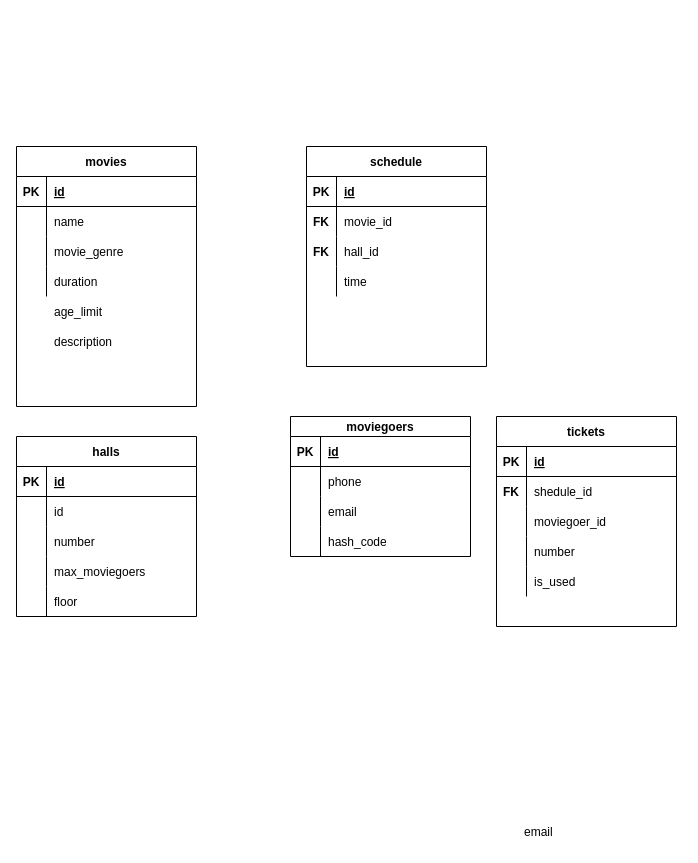
This is hw7/otus_db_design.drawio from otusteamedu/PHP, a draw.io file, before an edit. Source tidied: cells renumbered, new cells numbered last; positions are measured from the earlier drawing's top-left corner, leaving out a move shared by most shapes. Both pictures are drawn from the tidied source at 100%, with x=0, y=0 at pixel (16, 146).
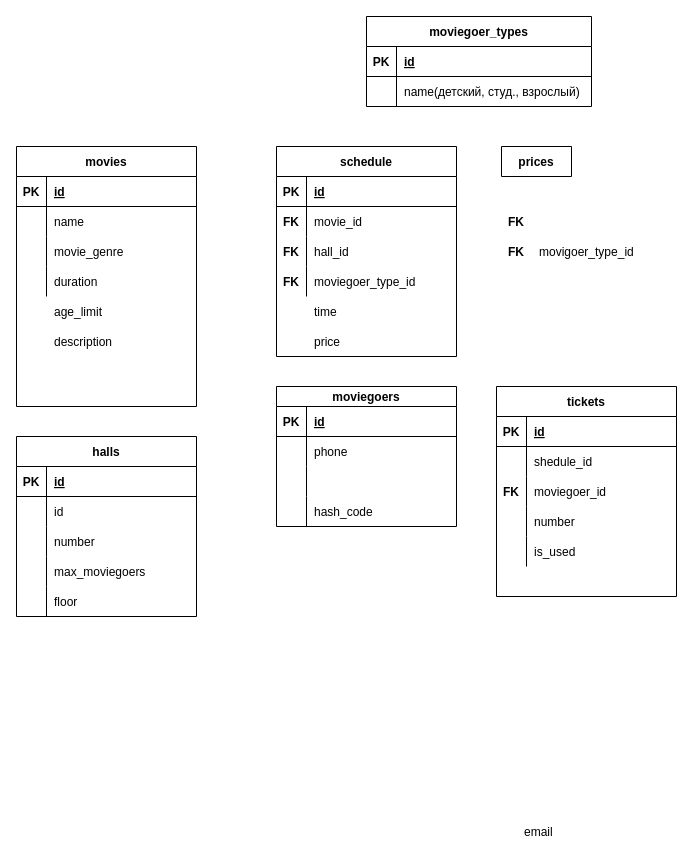
After the change.

The change refers to these unchanged cells:
```xml
<mxCell id="26" style="shape=partialRectangle;fillColor=none;top=0;left=0;bottom=0;right=0;" parent="16" vertex="1">
  <mxGeometry y="120" width="180" height="30" as="geometry" />
</mxCell>
```

Diff of the diagram source:
```diff
@@
     <mxCell id="16" value="schedule" style="shape=table;startSize=30;childLayout=tableLayout;rowLines=0;fontStyle=1;align=center;" parent="1" vertex="1">
-      <mxGeometry x="290" width="180" height="220" as="geometry" />
+      <mxGeometry x="260" width="180" height="210" as="geometry" />
     </mxCell>
@@
-    <mxCell id="28" value="time" style="shape=partialRectangle;fillColor=none;top=0;left=0;bottom=0;right=0;align=left;spacingLeft=6;overflow=hidden;" parent="26" vertex="1">
+    <mxCell id="28" value="moviegoer_type_id" style="shape=partialRectangle;fillColor=none;top=0;left=0;bottom=0;right=0;align=left;spacingLeft=6;overflow=hidden;" parent="26" vertex="1">
       <mxGeometry x="30" width="150" height="30" as="geometry" />
     </mxCell>
@@
     <mxCell id="45" value="FK" style="shape=partialRectangle;fillColor=none;top=0;left=0;bottom=0;right=0;fontStyle=1;overflow=hidden;" parent="1" vertex="1">
-      <mxGeometry x="290" y="60" width="30" height="30" as="geometry" />
+      <mxGeometry x="260" y="60" width="30" height="30" as="geometry" />
     </mxCell>
     <mxCell id="46" value="FK" style="shape=partialRectangle;fillColor=none;top=0;left=0;bottom=0;right=0;fontStyle=1;overflow=hidden;" parent="1" vertex="1">
-      <mxGeometry x="290" y="90" width="30" height="30" as="geometry" />
+      <mxGeometry x="260" y="90" width="30" height="30" as="geometry" />
     </mxCell>
     <mxCell id="47" value="tickets" style="shape=table;startSize=30;childLayout=tableLayout;rowLines=0;fontStyle=1;align=center;" parent="1" vertex="1">
-      <mxGeometry x="480" y="270" width="180" height="210" as="geometry" />
+      <mxGeometry x="480" y="240" width="180" height="210" as="geometry" />
     </mxCell>
@@
     <mxCell id="63" value="moviegoers" style="shape=table;startSize=20;childLayout=tableLayout;rowLines=0;fontStyle=1;align=center;" parent="1" vertex="1">
-      <mxGeometry x="274" y="270" width="180" height="140" as="geometry" />
+      <mxGeometry x="260" y="240" width="180" height="140" as="geometry" />
     </mxCell>
@@
-    <mxCell id="79" value="email" style="shape=partialRectangle;fillColor=none;top=0;left=0;bottom=0;right=0;align=left;spacingLeft=6;overflow=hidden;" parent="1" vertex="1">
-      <mxGeometry x="304" y="350" width="150" height="30" as="geometry" />
-    </mxCell>
+    <mxCell id="80" value="prices" style="shape=table;startSize=30;childLayout=tableLayout;rowLines=0;fontStyle=1;align=center;" parent="1" vertex="1" collapsed="1">
+      <mxGeometry x="485" width="70" height="30" as="geometry" />
+    </mxCell>
+    <mxCell id="81" value="FK" style="shape=partialRectangle;fillColor=none;top=0;left=0;bottom=0;right=0;fontStyle=1;overflow=hidden;direction=south;" parent="1" vertex="1">
+      <mxGeometry x="485" y="60" width="30" height="30" as="geometry" />
+    </mxCell>
+    <mxCell id="82" value="moviegoer_types" style="shape=table;startSize=30;childLayout=tableLayout;rowLines=0;fontStyle=1;align=center;" parent="1" vertex="1">
+      <mxGeometry x="350" y="-130" width="225" height="90" as="geometry" />
+    </mxCell>
+    <mxCell id="83" style="shape=partialRectangle;fillColor=none;top=0;left=0;bottom=1;right=0;" parent="82" vertex="1">
+      <mxGeometry y="30" width="225" height="30" as="geometry" />
+    </mxCell>
+    <mxCell id="84" value="PK" style="shape=partialRectangle;fillColor=none;top=0;left=0;bottom=0;right=0;fontStyle=1;overflow=hidden;" parent="83" vertex="1">
+      <mxGeometry width="30" height="30" as="geometry" />
+    </mxCell>
+    <mxCell id="85" value="id" style="shape=partialRectangle;fillColor=none;top=0;left=0;bottom=0;right=0;align=left;spacingLeft=6;fontStyle=5;overflow=hidden;" parent="83" vertex="1">
+      <mxGeometry x="30" width="195" height="30" as="geometry" />
+    </mxCell>
+    <mxCell id="86" style="shape=partialRectangle;fillColor=none;top=0;left=0;bottom=0;right=0;" parent="82" vertex="1">
+      <mxGeometry y="60" width="225" height="30" as="geometry" />
+    </mxCell>
+    <mxCell id="87" style="shape=partialRectangle;fillColor=none;top=0;left=0;bottom=0;right=0;overflow=hidden;" parent="86" vertex="1">
+      <mxGeometry width="30" height="30" as="geometry" />
+    </mxCell>
+    <mxCell id="88" value="name(детский, студ., взрослый)" style="shape=partialRectangle;fillColor=none;top=0;left=0;bottom=0;right=0;align=left;spacingLeft=6;overflow=hidden;" parent="86" vertex="1">
+      <mxGeometry x="30" width="195" height="30" as="geometry" />
+    </mxCell>
+    <mxCell id="89" style="shape=partialRectangle;fillColor=none;top=0;left=0;bottom=0;right=0;" parent="1" vertex="1">
+      <mxGeometry x="274" y="400" width="180" height="30" as="geometry" />
+    </mxCell>
+    <mxCell id="90" style="shape=partialRectangle;fillColor=none;top=0;left=0;bottom=0;right=0;overflow=hidden;" parent="89" vertex="1">
+      <mxGeometry width="30" height="30" as="geometry" />
+    </mxCell>
+    <mxCell id="91" value="movigoer_type_id" style="shape=partialRectangle;fillColor=none;top=0;left=0;bottom=0;right=0;align=left;spacingLeft=6;overflow=hidden;" parent="1" vertex="1">
+      <mxGeometry x="515" y="90" width="150" height="30" as="geometry" />
+    </mxCell>
+    <mxCell id="92" value="FK" style="shape=partialRectangle;fillColor=none;top=0;left=0;bottom=0;right=0;fontStyle=1;overflow=hidden;direction=south;" parent="1" vertex="1">
+      <mxGeometry x="485" y="90" width="30" height="30" as="geometry" />
+    </mxCell>
+    <mxCell id="93" value="price" style="shape=partialRectangle;fillColor=none;top=0;left=0;bottom=0;right=0;align=left;spacingLeft=6;overflow=hidden;" parent="1" vertex="1">
+      <mxGeometry x="290" y="180" width="150" height="30" as="geometry" />
+    </mxCell>
+    <mxCell id="94" style="shape=partialRectangle;fillColor=none;top=0;left=0;bottom=0;right=0;" parent="1" vertex="1">
+      <mxGeometry x="260" y="150" width="180" height="30" as="geometry" />
+    </mxCell>
+    <mxCell id="95" style="shape=partialRectangle;fillColor=none;top=0;left=0;bottom=0;right=0;overflow=hidden;" parent="94" vertex="1">
+      <mxGeometry width="30" height="30" as="geometry" />
+    </mxCell>
+    <mxCell id="96" value="time" style="shape=partialRectangle;fillColor=none;top=0;left=0;bottom=0;right=0;align=left;spacingLeft=6;overflow=hidden;" parent="94" vertex="1">
+      <mxGeometry x="30" width="150" height="30" as="geometry" />
+    </mxCell>
+    <mxCell id="97" value="FK" style="shape=partialRectangle;fillColor=none;top=0;left=0;bottom=0;right=0;fontStyle=1;overflow=hidden;" parent="1" vertex="1">
+      <mxGeometry x="260" y="120" width="30" height="30" as="geometry" />
+    </mxCell>
```
